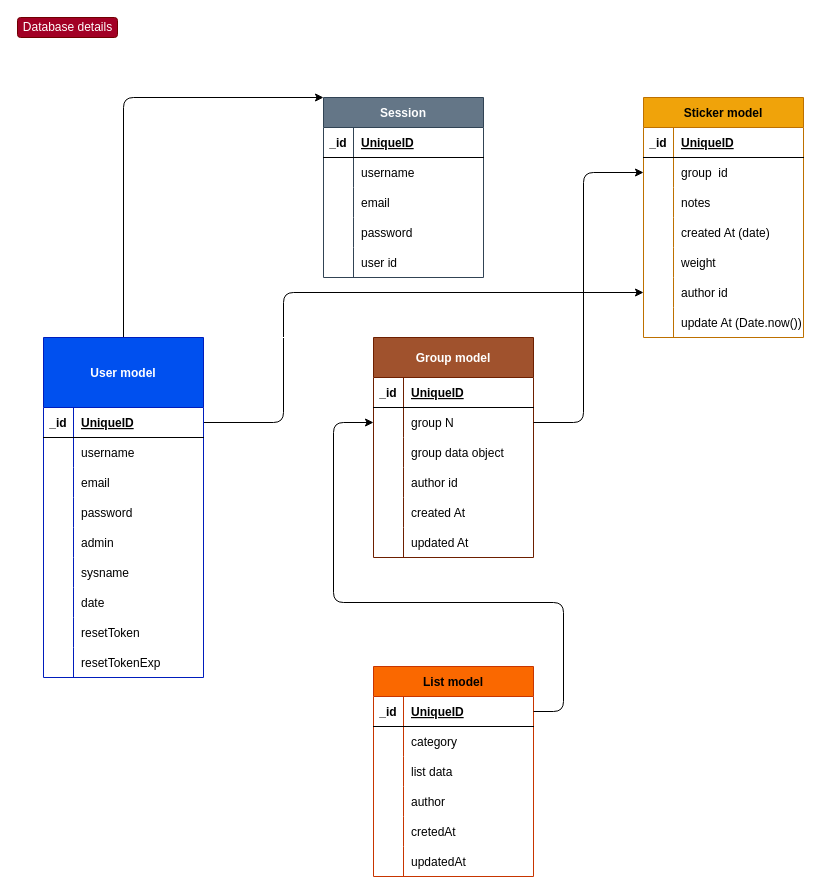
Above: page "Database details" (2 of 2) of Untitled Diagram.drawio in mihnevich1989/drawio-diagramms (draw.io), before the change. Source tidied: cells renumbered, new cells numbered last; positions are measured from the earlier drawing's top-left corner, leaving out a move shared by most shapes. Both pictures are drawn from the tidied source at 100%, with x=0, y=0 at pixel (17, 17).
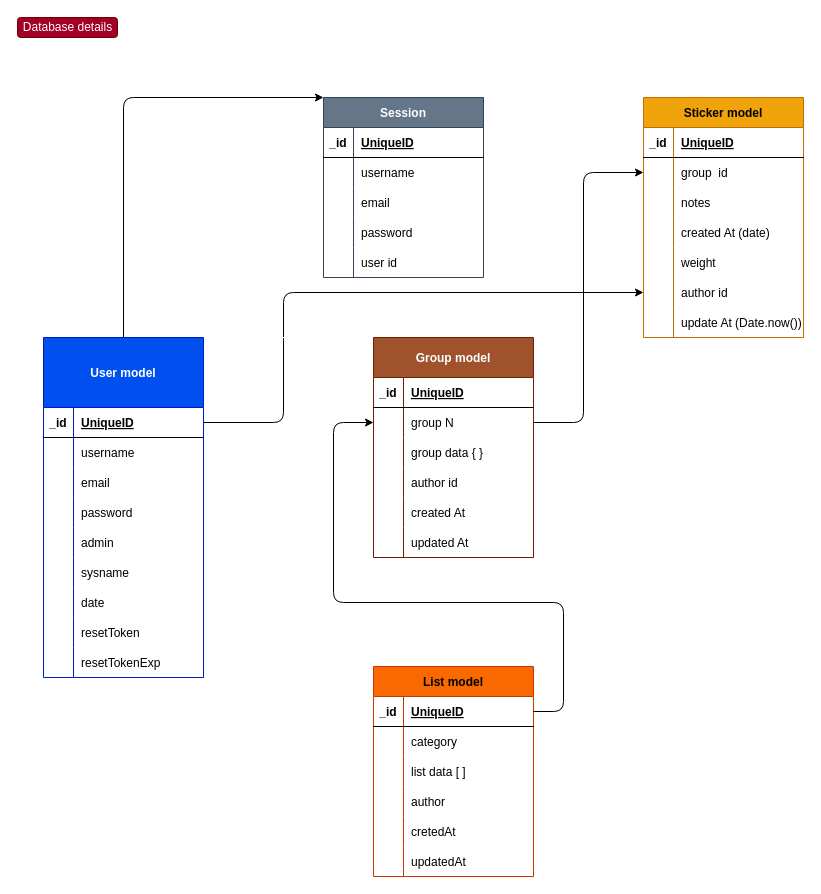
After the change.

The change refers to these unchanged cells:
```xml
<mxCell id="63" style="shape=tableRow;horizontal=0;startSize=0;swimlaneHead=0;swimlaneBody=0;fillColor=none;top=0;left=0;right=0;bottom=0;rounded=1;" parent="56" vertex="1">
  <mxGeometry y="100" width="160" height="30" as="geometry" />
</mxCell>
<mxCell id="98" style="shape=tableRow;horizontal=0;startSize=0;swimlaneHead=0;swimlaneBody=0;fillColor=none;top=0;left=0;right=0;bottom=0;rounded=1;" parent="91" vertex="1">
  <mxGeometry y="90" width="160" height="30" as="geometry" />
</mxCell>
```

Diff of the diagram source:
```diff
@@
-    <mxCell id="65" value="group data object" style="shape=partialRectangle;fillColor=none;top=0;left=0;bottom=0;right=0;align=left;spacingLeft=6;overflow=hidden;rounded=1;" parent="63" vertex="1">
+    <mxCell id="65" value="group data { }" style="shape=partialRectangle;fillColor=none;top=0;left=0;bottom=0;right=0;align=left;spacingLeft=6;overflow=hidden;rounded=1;" parent="63" vertex="1">
       <mxGeometry x="30" width="130" height="30" as="geometry" />
     </mxCell>
@@
-    <mxCell id="100" value="list data" style="shape=partialRectangle;fillColor=none;top=0;left=0;bottom=0;right=0;align=left;spacingLeft=6;overflow=hidden;rounded=1;" parent="98" vertex="1">
+    <mxCell id="100" value="list data [ ]" style="shape=partialRectangle;fillColor=none;top=0;left=0;bottom=0;right=0;align=left;spacingLeft=6;overflow=hidden;rounded=1;" parent="98" vertex="1">
       <mxGeometry x="30" width="130" height="30" as="geometry" />
     </mxCell>
```
